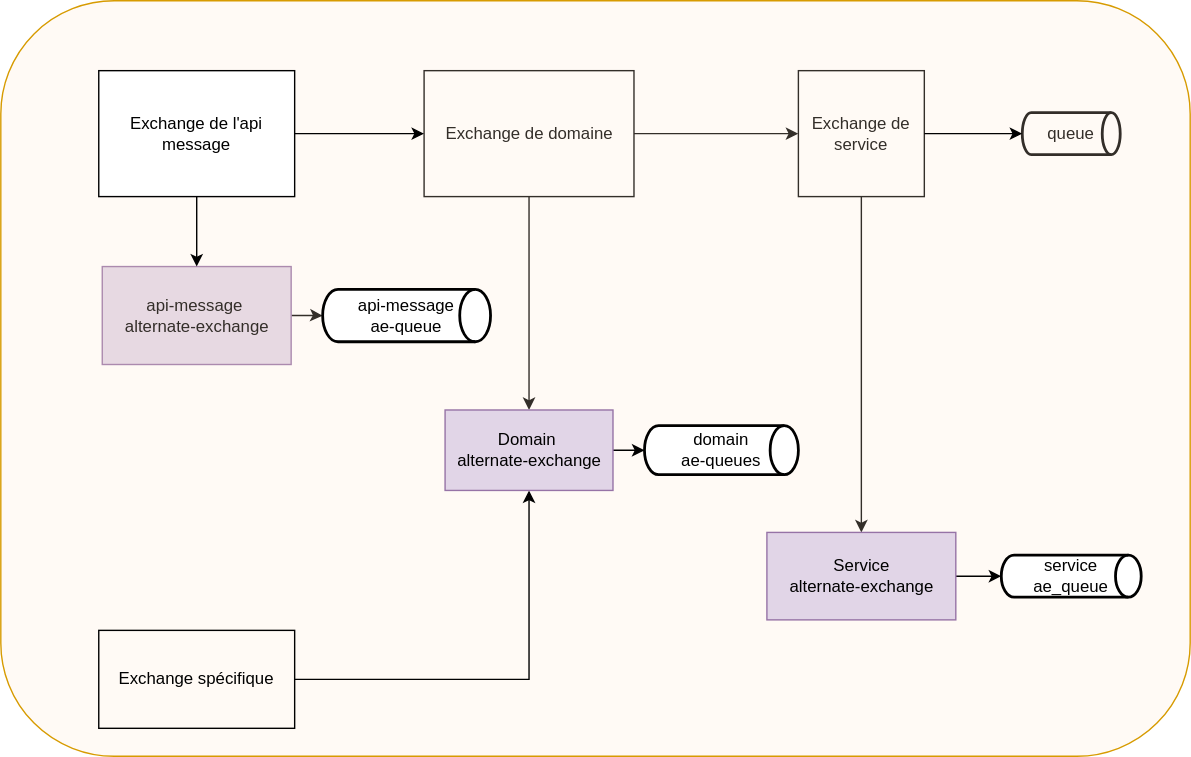
Earlier version of the draw.io export drawio/AE.svg (sarraz1/csau). Source tidied: cells renumbered, new cells last; positions are measured from the earlier drawing's top-left corner, leaving out a move shared by most shapes.
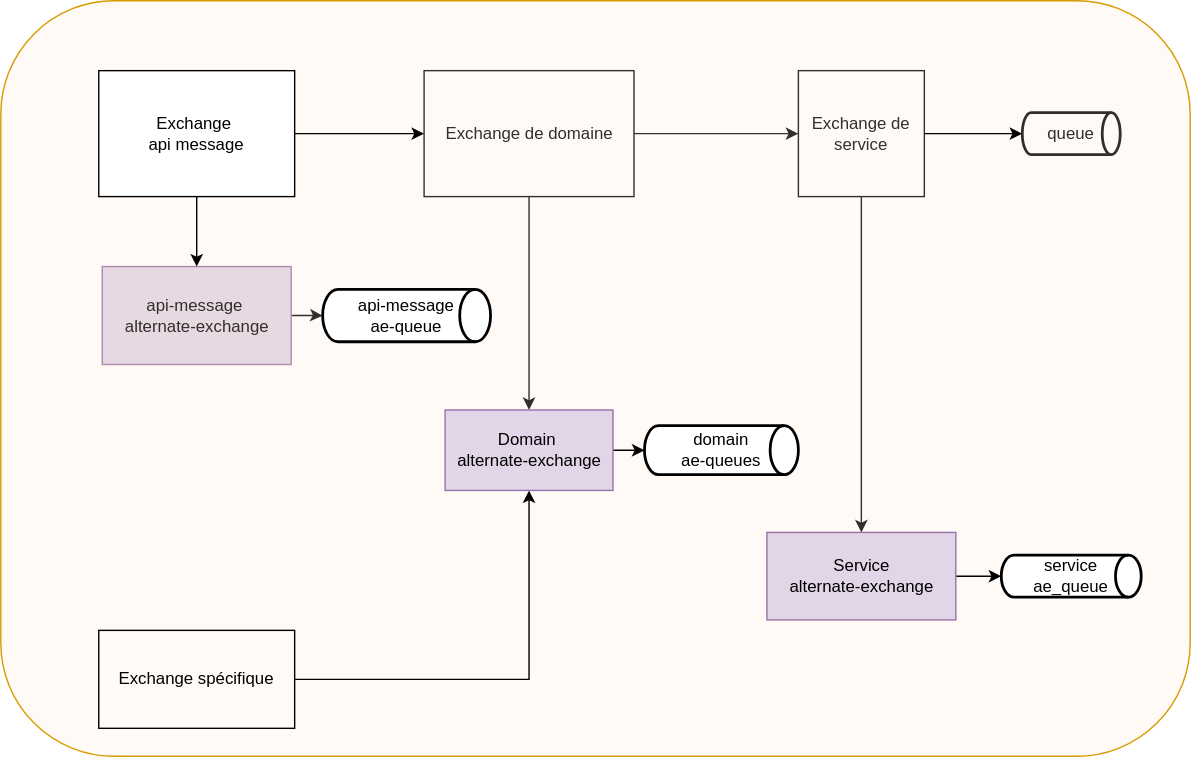
The same diagram one commit later.

Commit message:
Mettre à jour AE.svg

The edit, as a diff of the source:
```diff
@@ -44,7 +44,7 @@
     <mxCell id="15" style="edgeStyle=orthogonalEdgeStyle;rounded=0;jettySize=auto;html=1;" parent="1" edge="1" source="16" target="6">
       <mxGeometry relative="1" as="geometry" />
     </mxCell>
-    <mxCell id="16" value="Exchange de l'api message" style="rounded=0;whiteSpace=wrap;html=1;" parent="1" vertex="1">
+    <mxCell id="16" value="Exchange&amp;nbsp;&lt;div&gt;api message&lt;/div&gt;" style="rounded=0;whiteSpace=wrap;html=1;" parent="1" vertex="1">
       <mxGeometry x="70" y="50" width="140" height="90" as="geometry" />
     </mxCell>
     <mxCell id="17" style="edgeStyle=orthogonalEdgeStyle;rounded=0;jettySize=auto;html=1;" parent="1" edge="1" source="18" target="22">
```
